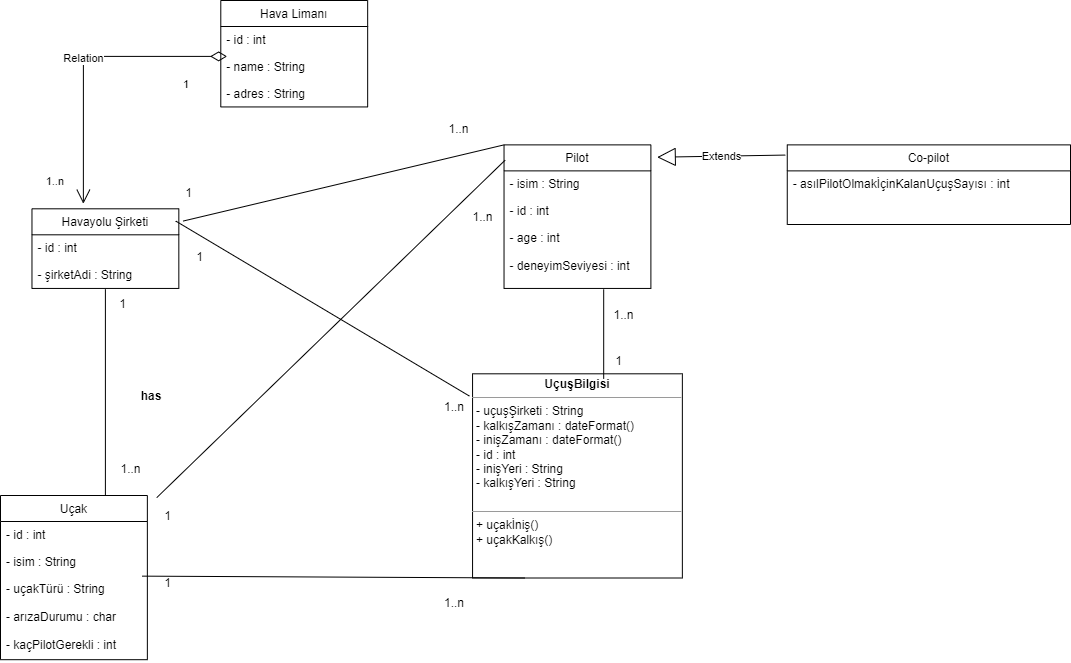
recepozdes/UcusYonetimSistemi keeps this draw.io diagram as UcusYonetimSistemiDiagram.drawio.png. Above is the earlier version. Source tidied: cells renumbered, new cells last; positions are measured from the earlier drawing's top-left corner, leaving out a move shared by most shapes.
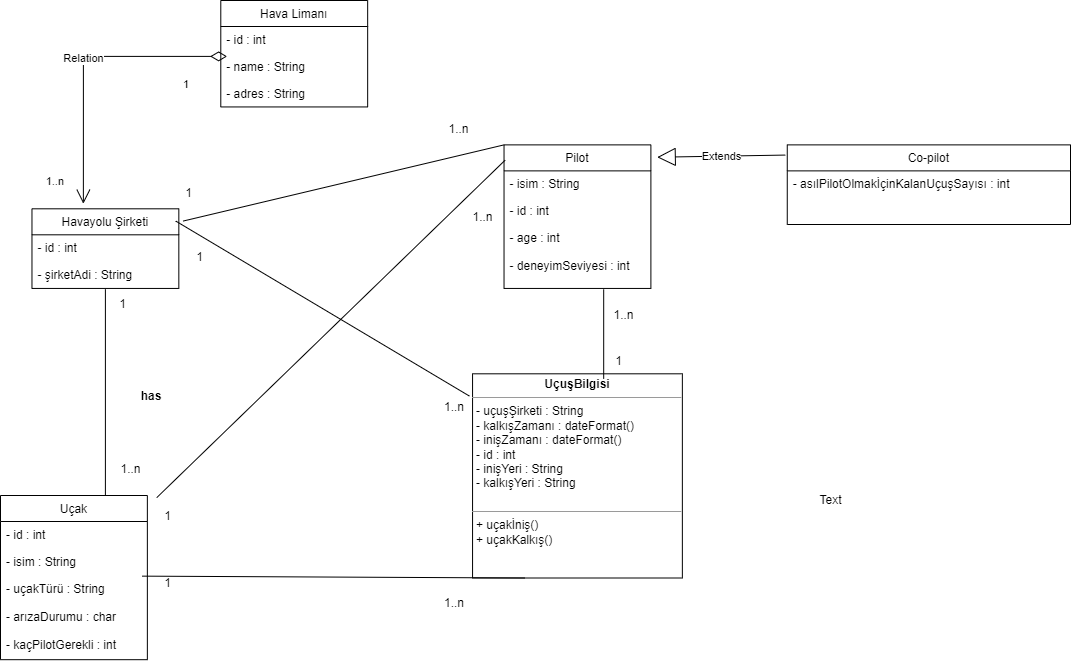
Above is the later version.

The edit, as a diff of the source:
```diff
@@ -2,7 +2,7 @@
   <root>
     <mxCell id="0" />
     <mxCell id="1" parent="0" />
-    <mxCell id="2" style="group;" parent="1" vertex="1">
+    <mxCell id="2" style="group;shadow=0;fillColor=#FFFFFF;" parent="1" vertex="1">
       <mxGeometry width="1070" height="660" as="geometry" />
     </mxCell>
     <mxCell id="3" value="Hava Limanı" style="swimlane;fontStyle=0;horizontal=1;startSize=26;fillColor=none;shadow=0;" parent="2" vertex="1">
@@ -137,5 +137,8 @@
     <mxCell id="44" value="Extends" style="endArrow=block;endSize=16;endFill=0;html=1;rounded=0;entryX=1.043;entryY=0.086;entryDx=0;entryDy=0;entryPerimeter=0;exitX=-0.007;exitY=0.128;exitDx=0;exitDy=0;exitPerimeter=0;shadow=0;" parent="2" edge="1" source="41" target="28">
       <mxGeometry relative="1" as="geometry" />
     </mxCell>
+    <mxCell id="45" value="Text" style="text;html=1;align=center;verticalAlign=middle;strokeColor=none;fillColor=none;" parent="1" vertex="1">
+      <mxGeometry x="810" y="490" width="40" height="20" as="geometry" />
+    </mxCell>
   </root>
 </mxGraphModel>
```
